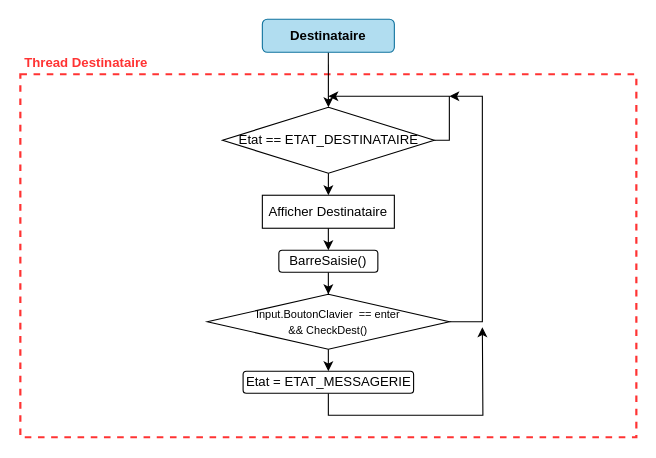
This is page "Destinataire Thread" (4 of 6) of AffichageBottle.drawio from lucasmaisonnave/BottleV2, a draw.io file, before an edit. Source tidied: cells renumbered, new cells numbered last; positions are measured from the earlier drawing's top-left corner, leaving out a move shared by most shapes. Both pictures are drawn from the tidied source at 110%, with x=0, y=0 at pixel (20, 19).
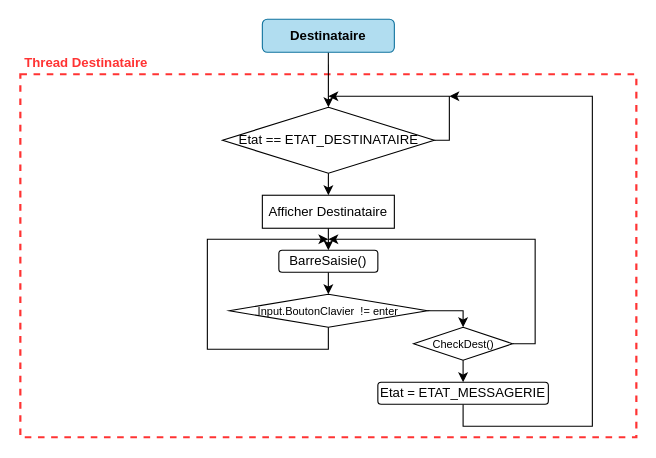
Above is the later version.

Unchanged cells that the change refers to:
```xml
<mxCell id="11" value="Afficher Destinataire" style="rounded=0;whiteSpace=wrap;html=1;strokeColor=#000000;fillColor=none;gradientColor=none;fontColor=#000000;" parent="1" vertex="1">
  <mxGeometry x="220" y="160" width="120" height="30" as="geometry" />
</mxCell>
<mxCell id="13" value="BarreSaisie()" style="rounded=1;whiteSpace=wrap;html=1;strokeColor=#000000;strokeWidth=1;" parent="1" vertex="1">
  <mxGeometry x="235" y="210" width="90" height="20" as="geometry" />
</mxCell>
```

The edit, as a diff of the source:
```diff
@@
-    <mxCell id="10" style="edgeStyle=none;rounded=0;jettySize=auto;html=1;exitX=0.5;exitY=1;exitDx=0;exitDy=0;entryX=0.5;entryY=0;entryDx=0;entryDy=0;fontColor=#000000;" parent="1" edge="1" source="11">
-      <mxGeometry relative="1" as="geometry">
-        <mxPoint x="280" y="210" as="targetPoint" />
-      </mxGeometry>
-    </mxCell>
+    <mxCell id="19" style="edgeStyle=orthogonalEdgeStyle;rounded=0;jettySize=auto;html=1;exitX=0.5;exitY=1;exitDx=0;exitDy=0;entryX=0.5;entryY=0;entryDx=0;entryDy=0;" parent="1" edge="1" source="11" target="13">
+      <mxGeometry relative="1" as="geometry" />
+    </mxCell>
@@
+    <mxCell id="20" style="edgeStyle=orthogonalEdgeStyle;rounded=0;jettySize=auto;html=1;exitX=0.5;exitY=1;exitDx=0;exitDy=0;" parent="1" edge="1" source="16">
+      <mxGeometry relative="1" as="geometry">
+        <mxPoint x="280" y="200" as="targetPoint" />
+        <Array as="points">
+          <mxPoint x="280" y="300" />
+          <mxPoint x="170" y="300" />
+          <mxPoint x="170" y="200" />
+        </Array>
+      </mxGeometry>
+    </mxCell>
+    <mxCell id="21" style="edgeStyle=orthogonalEdgeStyle;rounded=0;jettySize=auto;html=1;exitX=1;exitY=0.5;exitDx=0;exitDy=0;entryX=0.5;entryY=0;entryDx=0;entryDy=0;" parent="1" edge="1" source="16" target="25">
+      <mxGeometry relative="1" as="geometry" />
+    </mxCell>
+    <mxCell id="16" value="&lt;font style=&quot;font-size: 10px&quot;&gt;&lt;font color=&quot;#000000&quot;&gt;Input.BoutonClavier&amp;nbsp; != enter&lt;/font&gt;&lt;/font&gt;&lt;font color=&quot;#000000&quot;&gt;&lt;br&gt;&lt;/font&gt;" style="rhombus;whiteSpace=wrap;html=1;strokeColor=#000000;fillColor=none;gradientColor=none;fontColor=#FF3333;" parent="1" vertex="1">
+      <mxGeometry x="190" y="250" width="180" height="30" as="geometry" />
+    </mxCell>
+    <mxCell id="22" style="edgeStyle=orthogonalEdgeStyle;rounded=0;jettySize=auto;html=1;exitX=0.5;exitY=1;exitDx=0;exitDy=0;" parent="1" edge="1" source="18">
+      <mxGeometry relative="1" as="geometry">
+        <mxPoint x="390" y="70" as="targetPoint" />
+        <Array as="points">
+          <mxPoint x="403" y="370" />
+          <mxPoint x="520" y="370" />
+          <mxPoint x="520" y="70" />
+        </Array>
+      </mxGeometry>
+    </mxCell>
+    <mxCell id="18" value="Etat = ETAT_MESSAGERIE" style="rounded=1;whiteSpace=wrap;html=1;strokeColor=#000000;strokeWidth=1;" parent="1" vertex="1">
+      <mxGeometry x="325" y="330" width="155" height="20" as="geometry" />
+    </mxCell>
-    <mxCell id="12" style="edgeStyle=orthogonalEdgeStyle;rounded=0;jettySize=auto;html=1;exitX=0.5;exitY=1;exitDx=0;exitDy=0;" parent="1" edge="1" source="13" target="16">
+    <mxCell id="12" style="edgeStyle=orthogonalEdgeStyle;rounded=0;jettySize=auto;html=1;exitX=0.5;exitY=1;exitDx=0;exitDy=0;entryX=0.5;entryY=0;entryDx=0;entryDy=0;" parent="1" edge="1" source="13" target="16">
       <mxGeometry relative="1" as="geometry" />
     </mxCell>
@@
-    <mxCell id="14" style="edgeStyle=orthogonalEdgeStyle;rounded=0;jettySize=auto;html=1;exitX=1;exitY=0.5;exitDx=0;exitDy=0;" parent="1" edge="1" source="16">
-      <mxGeometry relative="1" as="geometry">
-        <mxPoint x="390" y="70" as="targetPoint" />
-        <Array as="points">
-          <mxPoint x="420" y="275" />
-          <mxPoint x="420" y="70" />
-          <mxPoint x="390" y="70" />
-        </Array>
-      </mxGeometry>
-    </mxCell>
-    <mxCell id="15" style="edgeStyle=orthogonalEdgeStyle;rounded=0;jettySize=auto;html=1;exitX=0.5;exitY=1;exitDx=0;exitDy=0;entryX=0.5;entryY=0;entryDx=0;entryDy=0;" parent="1" edge="1" source="16" target="18">
-      <mxGeometry relative="1" as="geometry" />
-    </mxCell>
-    <mxCell id="16" value="&lt;font style=&quot;font-size: 10px&quot;&gt;&lt;font color=&quot;#000000&quot;&gt;Input.BoutonClavier&amp;nbsp; == enter&lt;br&gt;&amp;amp;&amp;amp; CheckDest()&lt;/font&gt;&lt;/font&gt;&lt;font color=&quot;#000000&quot;&gt;&lt;br&gt;&lt;/font&gt;" style="rhombus;whiteSpace=wrap;html=1;strokeColor=#000000;fillColor=none;gradientColor=none;fontColor=#FF3333;" parent="1" vertex="1">
-      <mxGeometry x="170" y="250" width="220" height="50" as="geometry" />
-    </mxCell>
-    <mxCell id="17" style="edgeStyle=orthogonalEdgeStyle;rounded=0;jettySize=auto;html=1;exitX=0.5;exitY=1;exitDx=0;exitDy=0;" parent="1" edge="1" source="18">
-      <mxGeometry relative="1" as="geometry">
-        <mxPoint x="420" y="280" as="targetPoint" />
-      </mxGeometry>
-    </mxCell>
-    <mxCell id="18" value="Etat = ETAT_MESSAGERIE" style="rounded=1;whiteSpace=wrap;html=1;strokeColor=#000000;strokeWidth=1;" parent="1" vertex="1">
-      <mxGeometry x="202.5" y="320" width="155" height="20" as="geometry" />
-    </mxCell>
+    <mxCell id="23" style="edgeStyle=orthogonalEdgeStyle;rounded=0;jettySize=auto;html=1;exitX=0.5;exitY=1;exitDx=0;exitDy=0;entryX=0.5;entryY=0;entryDx=0;entryDy=0;" parent="1" edge="1" source="25" target="18">
+      <mxGeometry relative="1" as="geometry" />
+    </mxCell>
+    <mxCell id="24" style="edgeStyle=orthogonalEdgeStyle;rounded=0;jettySize=auto;html=1;exitX=1;exitY=0.5;exitDx=0;exitDy=0;" parent="1" edge="1" source="25">
+      <mxGeometry relative="1" as="geometry">
+        <mxPoint x="280" y="200" as="targetPoint" />
+        <Array as="points">
+          <mxPoint x="468" y="295" />
+          <mxPoint x="468" y="200" />
+          <mxPoint x="280" y="200" />
+        </Array>
+      </mxGeometry>
+    </mxCell>
+    <mxCell id="25" value="&lt;font style=&quot;font-size: 10px&quot;&gt;&lt;font color=&quot;#000000&quot;&gt;CheckDest()&lt;/font&gt;&lt;/font&gt;&lt;font color=&quot;#000000&quot;&gt;&lt;br&gt;&lt;/font&gt;" style="rhombus;whiteSpace=wrap;html=1;strokeColor=#000000;fillColor=none;gradientColor=none;fontColor=#FF3333;" parent="1" vertex="1">
+      <mxGeometry x="357.5" y="280" width="90" height="30" as="geometry" />
+    </mxCell>
```
